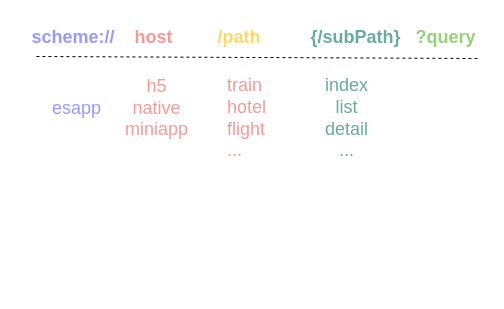
This is page "Router 标准" (3 of 6) of 容器化实施方案.drawio from ashen-23/DrawIORepo, a draw.io file, before an edit. Source tidied: cells renumbered, new cells numbered last; positions are measured from the earlier drawing's top-left corner, leaving out a move shared by most shapes. Both pictures are drawn from the tidied source at 100%, with x=0, y=0 at pixel (17, 17).
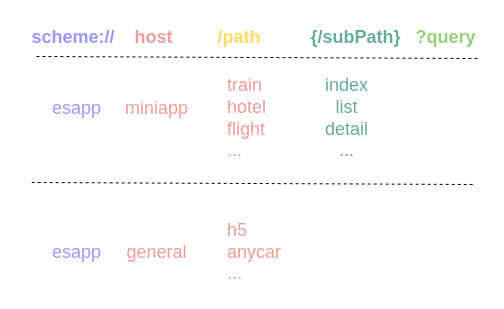
The same page after the edit.

Change to the diagram source:
```diff
@@
 <mxGraphModel>
   <root>
     <mxCell id="0" />
     <mxCell id="1" parent="0" />
     <mxCell id="2" value="&lt;font color=&quot;#9999ff&quot;&gt;scheme://&amp;nbsp; &amp;nbsp;&amp;nbsp;&lt;/font&gt;&lt;font color=&quot;#f19c99&quot;&gt;host&amp;nbsp; &amp;nbsp; &amp;nbsp; &amp;nbsp; &amp;nbsp;&lt;/font&gt;&lt;font color=&quot;#ffd966&quot;&gt;/path&amp;nbsp; &amp;nbsp; &amp;nbsp; &amp;nbsp; &amp;nbsp;&amp;nbsp;&lt;/font&gt;&lt;font color=&quot;#67ab9f&quot;&gt;{/subPath}&lt;/font&gt;&lt;font color=&quot;#ffd966&quot;&gt;&amp;nbsp; &amp;nbsp;&lt;/font&gt;&lt;font color=&quot;#97d077&quot;&gt;?query&lt;/font&gt;" style="text;html=1;align=center;verticalAlign=middle;points=[];strokeColor=none;fillColor=none;fontSize=18;fontStyle=1;spacingLeft=1;labelBorderColor=none;" parent="1" vertex="1">
       <mxGeometry width="470" height="40" as="geometry" />
     </mxCell>
     <mxCell id="3" value="esapp" style="text;html=1;align=center;verticalAlign=middle;strokeColor=none;fillColor=none;fontSize=18;fontColor=#9999FF;" parent="1" vertex="1">
       <mxGeometry x="24" y="71" width="70" height="40" as="geometry" />
     </mxCell>
-    <mxCell id="4" value="h5&lt;br&gt;native&lt;br&gt;miniapp" style="text;html=1;align=center;verticalAlign=middle;strokeColor=none;fillColor=none;fontSize=18;fontColor=#F19C99;" parent="1" vertex="1">
-      <mxGeometry x="94" y="51" width="90" height="80" as="geometry" />
+    <mxCell id="4" value="miniapp" style="text;html=1;align=center;verticalAlign=middle;strokeColor=none;fillColor=none;fontSize=18;fontColor=#F19C99;" parent="1" vertex="1">
+      <mxGeometry x="94" y="71" width="90" height="40" as="geometry" />
     </mxCell>
     <mxCell id="5" value="train&lt;br&gt;hotel&lt;br&gt;flight&lt;br&gt;..." style="text;html=1;align=left;verticalAlign=middle;strokeColor=none;fillColor=none;fontSize=18;fontColor=#F19C99;" parent="1" vertex="1">
       <mxGeometry x="208" y="51" width="60" height="100" as="geometry" />
     </mxCell>
     <mxCell id="6" style="endArrow=none;html=1;rounded=0;fontSize=18;fontColor=#F19C99;exitX=0.031;exitY=1.1;exitDx=0;exitDy=0;exitPerimeter=0;dashed=1;elbow=vertical;entryX=0.98;entryY=1.025;entryDx=0;entryDy=0;entryPerimeter=0;" parent="1" edge="1" target="2">
       <mxGeometry relative="1" as="geometry">
         <mxPoint x="18.9" y="39" as="sourcePoint" />
       </mxGeometry>
     </mxCell>
     <mxCell id="7" value="index&lt;br&gt;list&lt;br&gt;detail&lt;br&gt;..." style="text;html=1;align=center;verticalAlign=middle;strokeColor=none;fillColor=none;fontSize=18;fontColor=#67AB9F;" parent="1" vertex="1">
       <mxGeometry x="294" y="51" width="70" height="100" as="geometry" />
     </mxCell>
+    <mxCell id="8" style="endArrow=none;html=1;rounded=0;fontSize=18;fontColor=#F19C99;exitX=0.031;exitY=1.1;exitDx=0;exitDy=0;exitPerimeter=0;dashed=1;elbow=vertical;entryX=0.98;entryY=1.025;entryDx=0;entryDy=0;entryPerimeter=0;" parent="1" edge="1">
+      <mxGeometry relative="1" as="geometry">
+        <mxPoint x="14.2" y="165" as="sourcePoint" />
+        <mxPoint x="455.8" y="167" as="targetPoint" />
+      </mxGeometry>
+    </mxCell>
+    <mxCell id="9" value="esapp" style="text;html=1;align=center;verticalAlign=middle;strokeColor=none;fillColor=none;fontSize=18;fontColor=#9999FF;" parent="1" vertex="1">
+      <mxGeometry x="24" y="215" width="70" height="40" as="geometry" />
+    </mxCell>
+    <mxCell id="10" value="general" style="text;html=1;align=center;verticalAlign=middle;strokeColor=none;fillColor=none;fontSize=18;fontColor=#F19C99;" parent="1" vertex="1">
+      <mxGeometry x="99" y="215" width="80" height="40" as="geometry" />
+    </mxCell>
+    <mxCell id="11" value="h5&lt;br&gt;anycar&lt;br&gt;..." style="text;html=1;align=left;verticalAlign=middle;strokeColor=none;fillColor=none;fontSize=18;fontColor=#F19C99;" parent="1" vertex="1">
+      <mxGeometry x="208" y="195" width="80" height="80" as="geometry" />
+    </mxCell>
   </root>
 </mxGraphModel>
```
